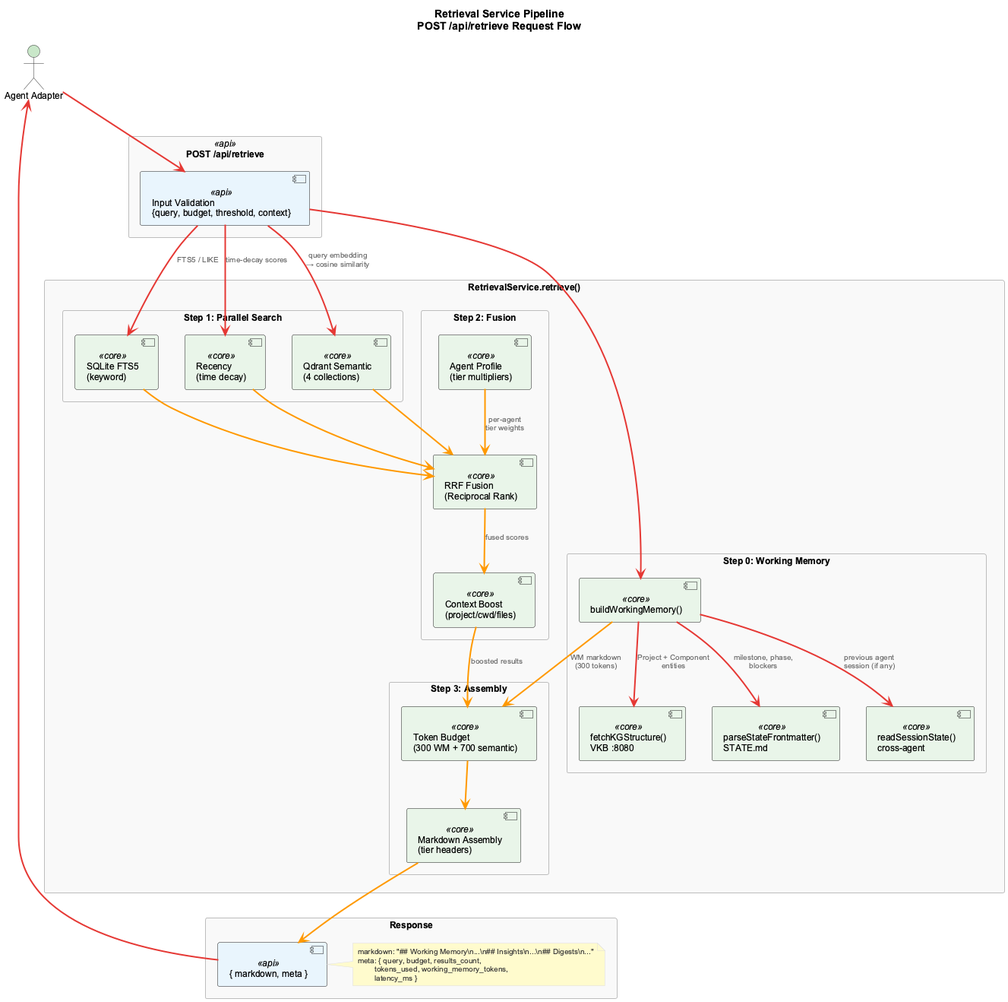
Earlier version of the PlantUML export docs-content/images/retrieval-service-pipeline.png (fwornle/coding).
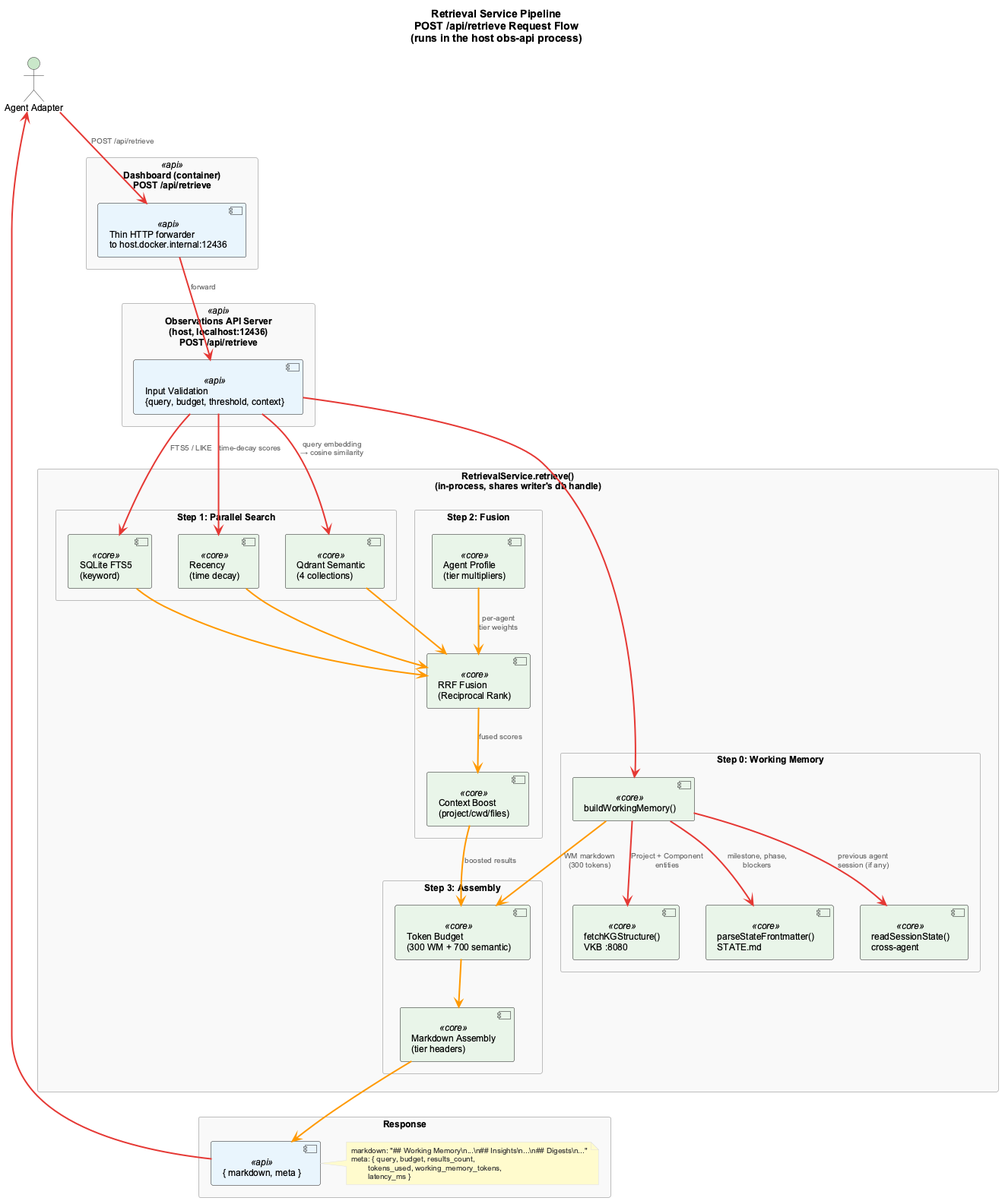
After the commit.

The edit, as a diff of the source:
```diff
@@ -1,17 +1,21 @@
 @startuml retrieval-service-pipeline
 !include _standard-style.puml
 
-title Retrieval Service Pipeline\nPOST /api/retrieve Request Flow
+title Retrieval Service Pipeline\nPOST /api/retrieve Request Flow\n(runs in the host obs-api process)
 
 top to bottom direction
 
 actor "Agent Adapter" as CALLER
 
-rectangle "POST /api/retrieve" <<api>> as ENDPOINT {
+rectangle "Dashboard (container)\nPOST /api/retrieve" <<api>> as DASH {
+  component "Thin HTTP forwarder\nto host.docker.internal:12436" <<api>> as DFWD
+}
+
+rectangle "Observations API Server\n(host, localhost:12436)\nPOST /api/retrieve" <<api>> as ENDPOINT {
   component "Input Validation\n{query, budget, threshold, context}" <<api>> as INPUT
 }
 
-rectangle "RetrievalService.retrieve()" as SERVICE {
+rectangle "RetrievalService.retrieve()\n(in-process, shares writer's db handle)" as SERVICE {
 
   rectangle "Step 0: Working Memory" as STEP0 {
     component "buildWorkingMemory()" <<core>> as BUILD_WM
@@ -49,7 +53,8 @@
   end note
 }
 
-CALLER SYNC_LINE INPUT
+CALLER SYNC_LINE DFWD : POST /api/retrieve
+DFWD SYNC_LINE INPUT : forward
 INPUT SYNC_LINE BUILD_WM
 
 BUILD_WM SYNC_LINE FETCH_KG : Project + Component\nentities
```
